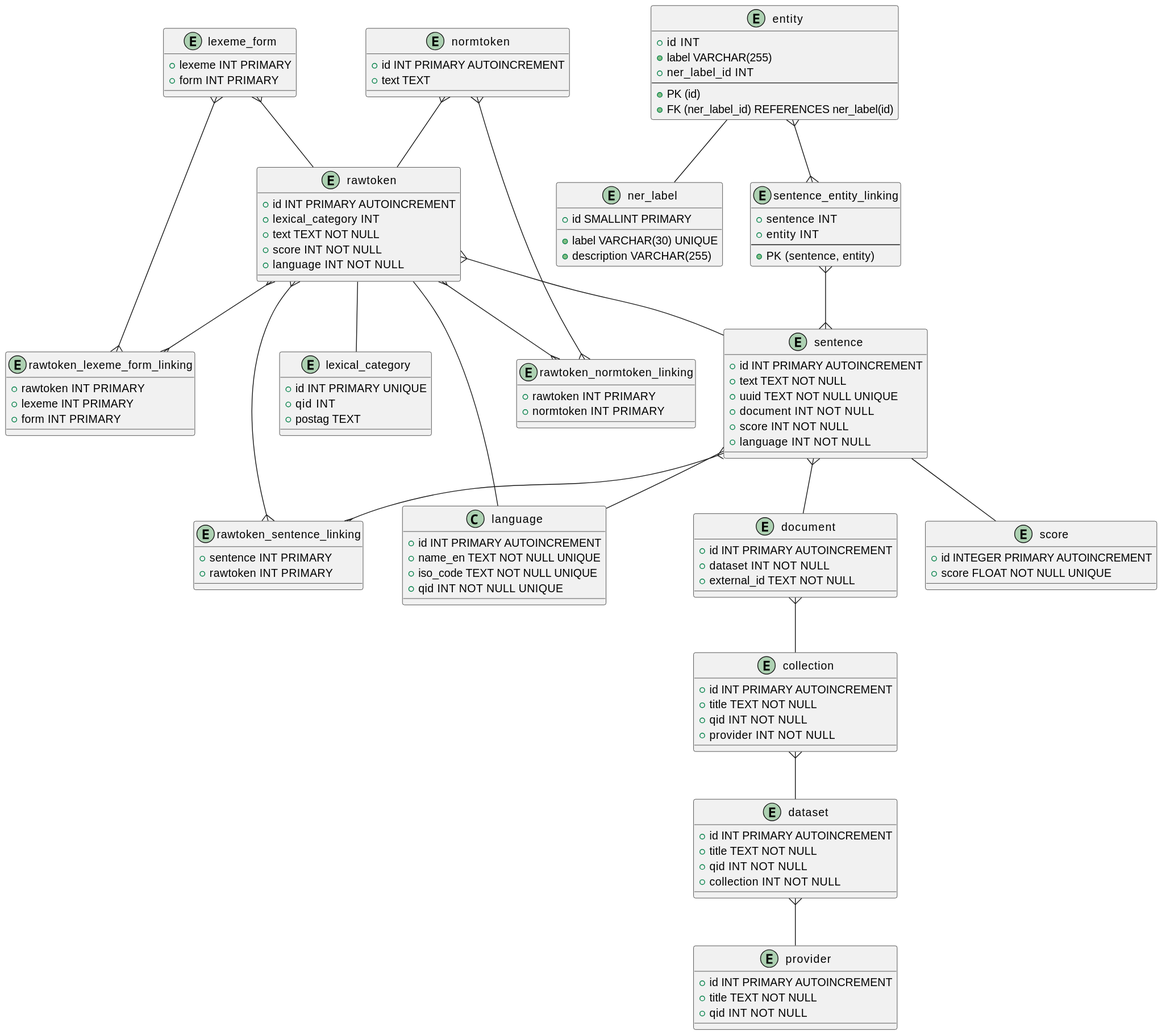
This is diagrams/datamodel.svg from dpriskorn/riksdagen_sentences, a PlantUML export, as it was before one commit.
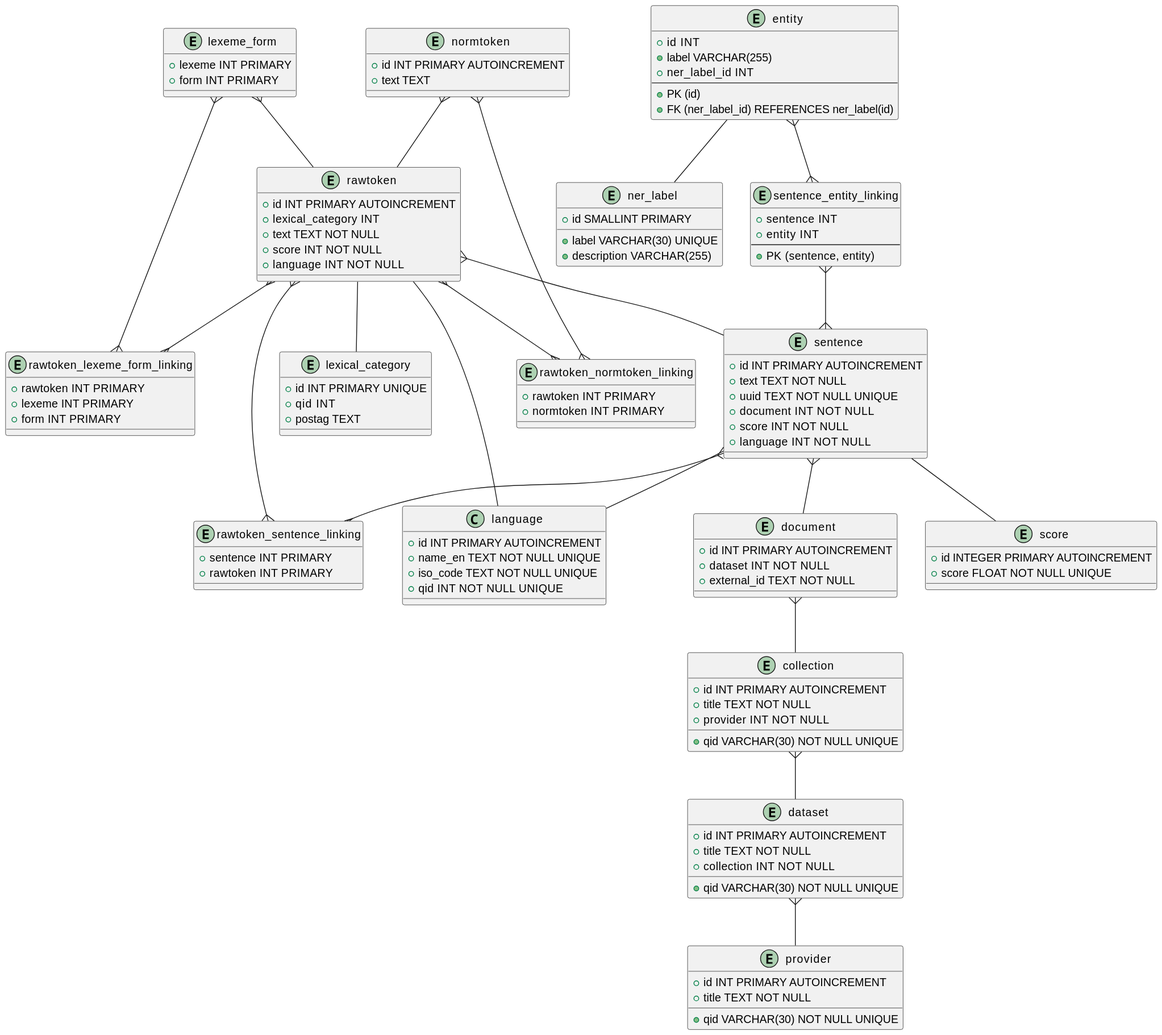
After the change.

The edit, as a diff of the source:
```diff
@@ -15,19 +15,19 @@
 entity provider {
     + id INT PRIMARY AUTOINCREMENT
     + title TEXT NOT NULL
-    + qid INT NOT NULL
+    + qid VARCHAR(30) NOT NULL UNIQUE
 }
 entity collection {
     + id INT PRIMARY AUTOINCREMENT
     + title TEXT NOT NULL
-    + qid INT NOT NULL
+    + qid VARCHAR(30) NOT NULL UNIQUE
     + provider INT NOT NULL
 }
 
 entity dataset {
     + id INT PRIMARY AUTOINCREMENT
     + title TEXT NOT NULL
-    + qid INT NOT NULL
+    + qid VARCHAR(30) NOT NULL UNIQUE
     + collection INT NOT NULL
 }
 
```
